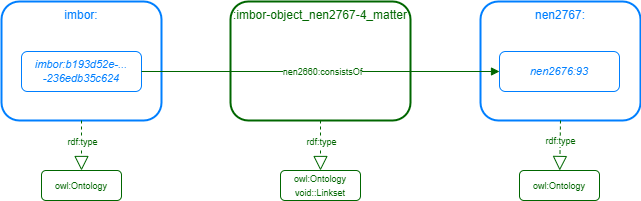
This is docs/whitepaper/img/extension-example-conceptual.drawio.png from Stichting-CROW/ontology-alignment, a draw.io export, as it was before one commit. Source tidied: cells renumbered, new cells last; positions are measured from the earlier drawing's top-left corner, leaving out a move shared by most shapes.
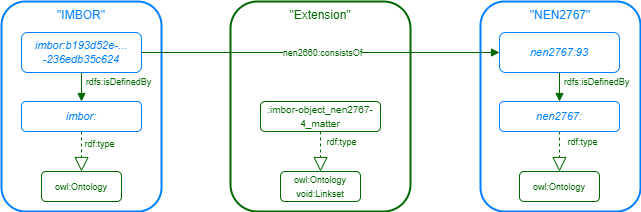
The same diagram one commit later.

Diff of the diagram source:
```diff
@@ -2,31 +2,31 @@
   <root>
     <mxCell id="0" />
     <mxCell id="1" parent="0" />
-    <mxCell id="2" value="imbor:" style="rounded=1;whiteSpace=wrap;html=1;fontFamily=Helvetica;fillColor=none;verticalAlign=top;strokeColor=#007FFF;fontColor=#007FFF;strokeWidth=2;" parent="1" vertex="1">
-      <mxGeometry width="160" height="119" as="geometry" />
+    <mxCell id="2" value="&quot;IMBOR&quot;" style="rounded=1;whiteSpace=wrap;html=1;fontFamily=Helvetica;fillColor=none;verticalAlign=top;strokeColor=#007FFF;fontColor=#007FFF;strokeWidth=2;" parent="1" vertex="1">
+      <mxGeometry width="160" height="210" as="geometry" />
     </mxCell>
-    <mxCell id="3" value="nen2767:" style="rounded=1;whiteSpace=wrap;html=1;fontFamily=Helvetica;fillColor=none;verticalAlign=top;strokeColor=#007FFF;fontColor=#007FFF;strokeWidth=2;" parent="1" vertex="1">
-      <mxGeometry x="479" width="160" height="119" as="geometry" />
+    <mxCell id="3" value="&quot;NEN2767&quot;" style="rounded=1;whiteSpace=wrap;html=1;fontFamily=Helvetica;fillColor=none;verticalAlign=top;strokeColor=#007FFF;fontColor=#007FFF;strokeWidth=2;" parent="1" vertex="1">
+      <mxGeometry x="479" width="160" height="210" as="geometry" />
     </mxCell>
-    <mxCell id="4" value=":imbor-object_nen2767-4_matter" style="rounded=1;whiteSpace=wrap;html=1;fontFamily=Helvetica;fillColor=none;verticalAlign=top;strokeColor=#006600;fontColor=#006600;strokeWidth=2;" parent="1" vertex="1">
-      <mxGeometry x="229" width="180" height="119" as="geometry" />
+    <mxCell id="4" value="&quot;Extension&quot;" style="rounded=1;whiteSpace=wrap;html=1;fontFamily=Helvetica;fillColor=none;verticalAlign=top;strokeColor=#006600;fontColor=#006600;strokeWidth=2;" parent="1" vertex="1">
+      <mxGeometry x="229" width="180" height="210" as="geometry" />
     </mxCell>
     <mxCell id="5" value="imbor:b193d52e-...&lt;br&gt;-236edb35c624" style="rounded=1;whiteSpace=wrap;html=1;fontFamily=Helvetica;strokeWidth=1;fontStyle=2;fontSize=11;strokeColor=#007FFF;fontColor=#007FFF;fillColor=none;" parent="1" vertex="1">
-      <mxGeometry x="20" y="50" width="120" height="40" as="geometry" />
+      <mxGeometry x="20" y="31" width="120" height="40" as="geometry" />
     </mxCell>
-    <mxCell id="6" value="&lt;span style=&quot;font-size: 9px&quot;&gt;owl:Ontology&lt;br&gt;void::Linkset&lt;br&gt;&lt;/span&gt;" style="rounded=1;whiteSpace=wrap;html=1;fontFamily=Helvetica;strokeWidth=1;fontStyle=0;fontSize=11;strokeColor=#006600;fontColor=#006600;fillColor=none;" parent="1" vertex="1">
-      <mxGeometry x="279" y="169" width="80" height="30" as="geometry" />
+    <mxCell id="6" value="&lt;span style=&quot;font-size: 9px&quot;&gt;owl:Ontology&lt;br&gt;void:Linkset&lt;br&gt;&lt;/span&gt;" style="rounded=1;whiteSpace=wrap;html=1;fontFamily=Helvetica;strokeWidth=1;fontStyle=0;fontSize=11;strokeColor=#006600;fontColor=#006600;fillColor=none;" parent="1" vertex="1">
+      <mxGeometry x="279" y="170" width="80" height="30" as="geometry" />
     </mxCell>
-    <mxCell id="7" style="endArrow=block;dashed=1;endFill=0;endSize=12;html=1;fontFamily=Helvetica;fontSize=11;fontColor=#000000;exitX=0.5;exitY=1;exitDx=0;exitDy=0;entryX=0.5;entryY=0;entryDx=0;entryDy=0;strokeColor=#006600;" parent="1" edge="1" source="4" target="6">
+    <mxCell id="7" style="endArrow=block;dashed=1;endFill=0;endSize=12;html=1;fontFamily=Helvetica;fontSize=11;fontColor=#000000;entryX=0.5;entryY=0;entryDx=0;entryDy=0;strokeColor=#006600;exitX=0.5;exitY=1;exitDx=0;exitDy=0;" parent="1" edge="1" source="24" target="6">
       <mxGeometry relative="1" as="geometry" />
     </mxCell>
     <mxCell id="8" value="rdf:type" style="edgeLabel;html=1;align=center;verticalAlign=middle;fontSize=9;fontFamily=Helvetica;fontColor=#006600;" parent="7" vertex="1">
       <mxGeometry x="-0.26" y="-1" relative="1" as="geometry">
-        <mxPoint x="1" y="2" as="offset" />
+        <mxPoint x="21" y="-5" as="offset" />
       </mxGeometry>
     </mxCell>
-    <mxCell id="9" value="nen2676:93" style="rounded=1;whiteSpace=wrap;html=1;fontFamily=Helvetica;strokeWidth=1;fontStyle=2;fontSize=11;strokeColor=#007FFF;fontColor=#007FFF;fillColor=none;" parent="1" vertex="1">
-      <mxGeometry x="498" y="50" width="120" height="40" as="geometry" />
+    <mxCell id="9" value="nen2767:93" style="rounded=1;whiteSpace=wrap;html=1;fontFamily=Helvetica;strokeWidth=1;fontStyle=2;fontSize=11;strokeColor=#007FFF;fontColor=#007FFF;fillColor=none;" parent="1" vertex="1">
+      <mxGeometry x="498" y="31" width="120" height="40" as="geometry" />
     </mxCell>
     <mxCell id="10" style="endArrow=block;html=1;fontFamily=Helvetica;fontSize=11;fontColor=#006600;exitX=1;exitY=0.5;exitDx=0;exitDy=0;endFill=1;strokeColor=#006600;entryX=0;entryY=0.5;entryDx=0;entryDy=0;" parent="1" edge="1" source="5" target="9">
       <mxGeometry relative="1" as="geometry" />
@@ -37,26 +37,51 @@
       </mxGeometry>
     </mxCell>
     <mxCell id="12" value="&lt;span style=&quot;font-size: 9px&quot;&gt;owl:Ontology&lt;/span&gt;" style="rounded=1;whiteSpace=wrap;html=1;fontFamily=Helvetica;strokeWidth=1;fontStyle=0;fontSize=11;strokeColor=#006600;fontColor=#006600;fillColor=none;" parent="1" vertex="1">
-      <mxGeometry x="40" y="169" width="80" height="30" as="geometry" />
+      <mxGeometry x="40" y="170" width="80" height="30" as="geometry" />
     </mxCell>
-    <mxCell id="13" style="endArrow=block;dashed=1;endFill=0;endSize=12;html=1;fontFamily=Helvetica;fontSize=11;fontColor=#000000;exitX=0.5;exitY=1;exitDx=0;exitDy=0;strokeColor=#006600;entryX=0.5;entryY=0;entryDx=0;entryDy=0;" parent="1" edge="1" source="2" target="12">
+    <mxCell id="13" style="endArrow=block;dashed=1;endFill=0;endSize=12;html=1;fontFamily=Helvetica;fontSize=11;fontColor=#000000;exitX=0.5;exitY=1;exitDx=0;exitDy=0;strokeColor=#006600;entryX=0.5;entryY=0;entryDx=0;entryDy=0;" parent="1" edge="1" source="18" target="12">
       <mxGeometry relative="1" as="geometry" />
     </mxCell>
     <mxCell id="14" value="rdf:type" style="edgeLabel;html=1;align=center;verticalAlign=middle;fontSize=9;fontFamily=Helvetica;fontColor=#006600;" parent="13" vertex="1">
       <mxGeometry x="-0.26" y="-1" relative="1" as="geometry">
-        <mxPoint x="1" y="2" as="offset" />
+        <mxPoint x="18" y="-3" as="offset" />
       </mxGeometry>
     </mxCell>
-    <mxCell id="15" style="endArrow=block;dashed=1;endFill=0;endSize=12;html=1;fontFamily=Helvetica;fontSize=11;fontColor=#000000;exitX=0.5;exitY=1;exitDx=0;exitDy=0;strokeColor=#006600;" parent="1" edge="1" source="3" target="17">
+    <mxCell id="15" style="endArrow=block;dashed=1;endFill=0;endSize=12;html=1;fontFamily=Helvetica;fontSize=11;fontColor=#000000;exitX=0.5;exitY=1;exitDx=0;exitDy=0;strokeColor=#006600;" parent="1" edge="1" source="21" target="17">
       <mxGeometry relative="1" as="geometry" />
     </mxCell>
     <mxCell id="16" value="rdf:type" style="edgeLabel;html=1;align=center;verticalAlign=middle;fontSize=9;fontFamily=Helvetica;fontColor=#006600;" parent="15" vertex="1">
       <mxGeometry x="-0.26" y="-1" relative="1" as="geometry">
-        <mxPoint x="1" y="2" as="offset" />
+        <mxPoint x="23" y="-5" as="offset" />
       </mxGeometry>
     </mxCell>
     <mxCell id="17" value="&lt;span style=&quot;font-size: 9px ; background-color: rgb(255 , 255 , 255)&quot;&gt;&lt;font&gt;owl:Ontology&lt;/font&gt;&lt;/span&gt;" style="rounded=1;whiteSpace=wrap;html=1;fontFamily=Helvetica;strokeWidth=1;fontStyle=0;fontSize=11;strokeColor=#006600;fontColor=#006600;fillColor=none;" parent="1" vertex="1">
-      <mxGeometry x="518" y="169" width="80" height="30" as="geometry" />
+      <mxGeometry x="518" y="170" width="80" height="30" as="geometry" />
     </mxCell>
+    <mxCell id="18" value="imbor:" style="rounded=1;whiteSpace=wrap;html=1;fontFamily=Helvetica;strokeWidth=1;fontStyle=2;fontSize=11;strokeColor=#007FFF;fontColor=#007FFF;fillColor=none;" parent="1" vertex="1">
+      <mxGeometry x="20" y="100" width="120" height="30" as="geometry" />
+    </mxCell>
+    <mxCell id="19" style="endArrow=block;html=1;fontFamily=Helvetica;fontSize=11;fontColor=#006600;exitX=0.5;exitY=1;exitDx=0;exitDy=0;endFill=1;strokeColor=#006600;entryX=0.5;entryY=0;entryDx=0;entryDy=0;" parent="1" edge="1" source="5" target="18">
+      <mxGeometry relative="1" as="geometry" />
+    </mxCell>
+    <mxCell id="20" value="&lt;font style=&quot;font-size: 9px&quot;&gt;rdfs:isDefinedBy&lt;/font&gt;" style="edgeLabel;html=1;align=center;verticalAlign=middle;fontSize=9;fontFamily=Helvetica;fontColor=#006600;" parent="19" vertex="1">
+      <mxGeometry x="-0.51" y="-1" relative="1" as="geometry">
+        <mxPoint x="37" y="2" as="offset" />
+      </mxGeometry>
+    </mxCell>
+    <mxCell id="21" value="nen2767:" style="rounded=1;whiteSpace=wrap;html=1;fontFamily=Helvetica;strokeWidth=1;fontStyle=2;fontSize=11;strokeColor=#007FFF;fontColor=#007FFF;fillColor=none;" parent="1" vertex="1">
+      <mxGeometry x="498" y="100" width="120" height="30" as="geometry" />
+    </mxCell>
+    <mxCell id="22" style="endArrow=block;html=1;fontFamily=Helvetica;fontSize=11;fontColor=#006600;exitX=0.5;exitY=1;exitDx=0;exitDy=0;endFill=1;strokeColor=#006600;entryX=0.5;entryY=0;entryDx=0;entryDy=0;" parent="1" edge="1" source="9" target="21">
+      <mxGeometry relative="1" as="geometry" />
+    </mxCell>
+    <mxCell id="23" value="&lt;font style=&quot;font-size: 9px&quot;&gt;rdfs:isDefinedBy&lt;/font&gt;" style="edgeLabel;html=1;align=center;verticalAlign=middle;fontSize=9;fontFamily=Helvetica;fontColor=#006600;" parent="22" vertex="1">
+      <mxGeometry x="-0.51" y="-1" relative="1" as="geometry">
+        <mxPoint x="37" y="2" as="offset" />
+      </mxGeometry>
+    </mxCell>
+    <mxCell id="24" value="&lt;span style=&quot;font-size: 10px;&quot;&gt;:imbor-object_nen2767-4_matter&lt;/span&gt;&lt;span style=&quot;font-size: 10px;&quot;&gt;&lt;br style=&quot;font-size: 10px;&quot;&gt;&lt;/span&gt;" style="rounded=1;whiteSpace=wrap;html=1;fontFamily=Helvetica;strokeWidth=1;fontStyle=0;fontSize=11;strokeColor=#006600;fontColor=#006600;fillColor=none;" parent="1" vertex="1">
+      <mxGeometry x="259" y="100" width="120" height="30" as="geometry" />
+    </mxCell>
   </root>
 </mxGraphModel>
```
